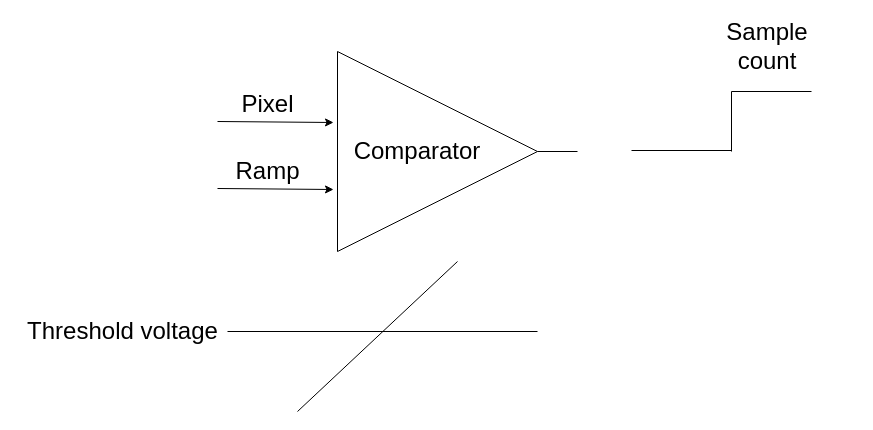
Above: Diagrams/comparator.drawio in sabarioded/Patterns_Project (draw.io), before the change. Source tidied: cells renumbered, new cells numbered last; positions are measured from the earlier drawing's top-left corner, leaving out a move shared by most shapes. Both pictures are drawn from the tidied source at 100%, with x=0, y=0 at pixel (17, 31).
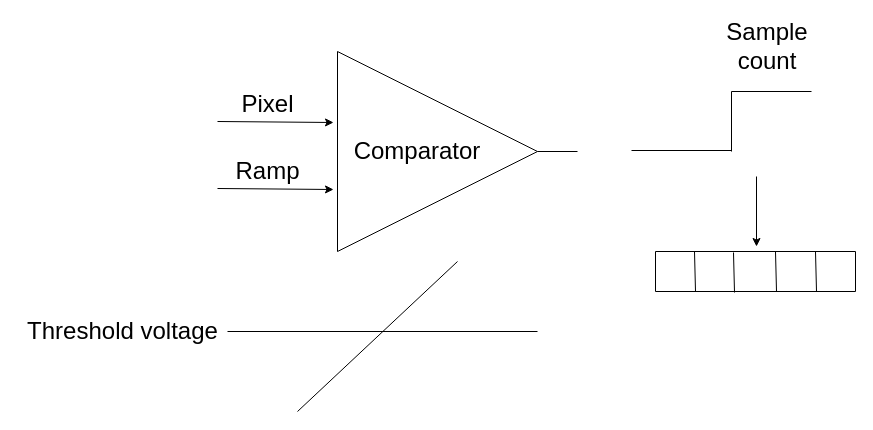
The same diagram, later.

What changed in the source:
```diff
@@
+    <mxCell id="16" style="swimlane;startSize=0;" parent="1" vertex="1">
+      <mxGeometry x="638" y="220" width="200" height="40" as="geometry" />
+    </mxCell>
+    <mxCell id="17" style="endArrow=none;html=1;rounded=0;entryX=0.2;entryY=0.1;entryDx=0;entryDy=0;entryPerimeter=0;" parent="16" edge="1">
+      <mxGeometry relative="1" as="geometry">
+        <mxPoint x="121" y="40" as="sourcePoint" />
+        <mxPoint x="120" as="targetPoint" />
+      </mxGeometry>
+    </mxCell>
+    <mxCell id="18" style="endArrow=none;html=1;rounded=0;entryX=0.2;entryY=0.1;entryDx=0;entryDy=0;entryPerimeter=0;" parent="16" edge="1">
+      <mxGeometry relative="1" as="geometry">
+        <mxPoint x="161" y="40" as="sourcePoint" />
+        <mxPoint x="160" as="targetPoint" />
+      </mxGeometry>
+    </mxCell>
+    <mxCell id="19" style="endArrow=none;html=1;rounded=0;entryX=0.2;entryY=0.1;entryDx=0;entryDy=0;entryPerimeter=0;" parent="1" edge="1">
+      <mxGeometry relative="1" as="geometry">
+        <mxPoint x="678" y="260" as="sourcePoint" />
+        <mxPoint x="677" y="220" as="targetPoint" />
+      </mxGeometry>
+    </mxCell>
+    <mxCell id="20" style="endArrow=none;html=1;rounded=0;entryX=0.2;entryY=0.1;entryDx=0;entryDy=0;entryPerimeter=0;" parent="1" edge="1">
+      <mxGeometry relative="1" as="geometry">
+        <mxPoint x="717" y="261" as="sourcePoint" />
+        <mxPoint x="716" y="221" as="targetPoint" />
+      </mxGeometry>
+    </mxCell>
+    <mxCell id="21" style="endArrow=classic;html=1;rounded=0;" parent="1" edge="1">
+      <mxGeometry relative="1" as="geometry">
+        <mxPoint x="739" y="145" as="sourcePoint" />
+        <mxPoint x="739" y="215" as="targetPoint" />
+      </mxGeometry>
+    </mxCell>
```
